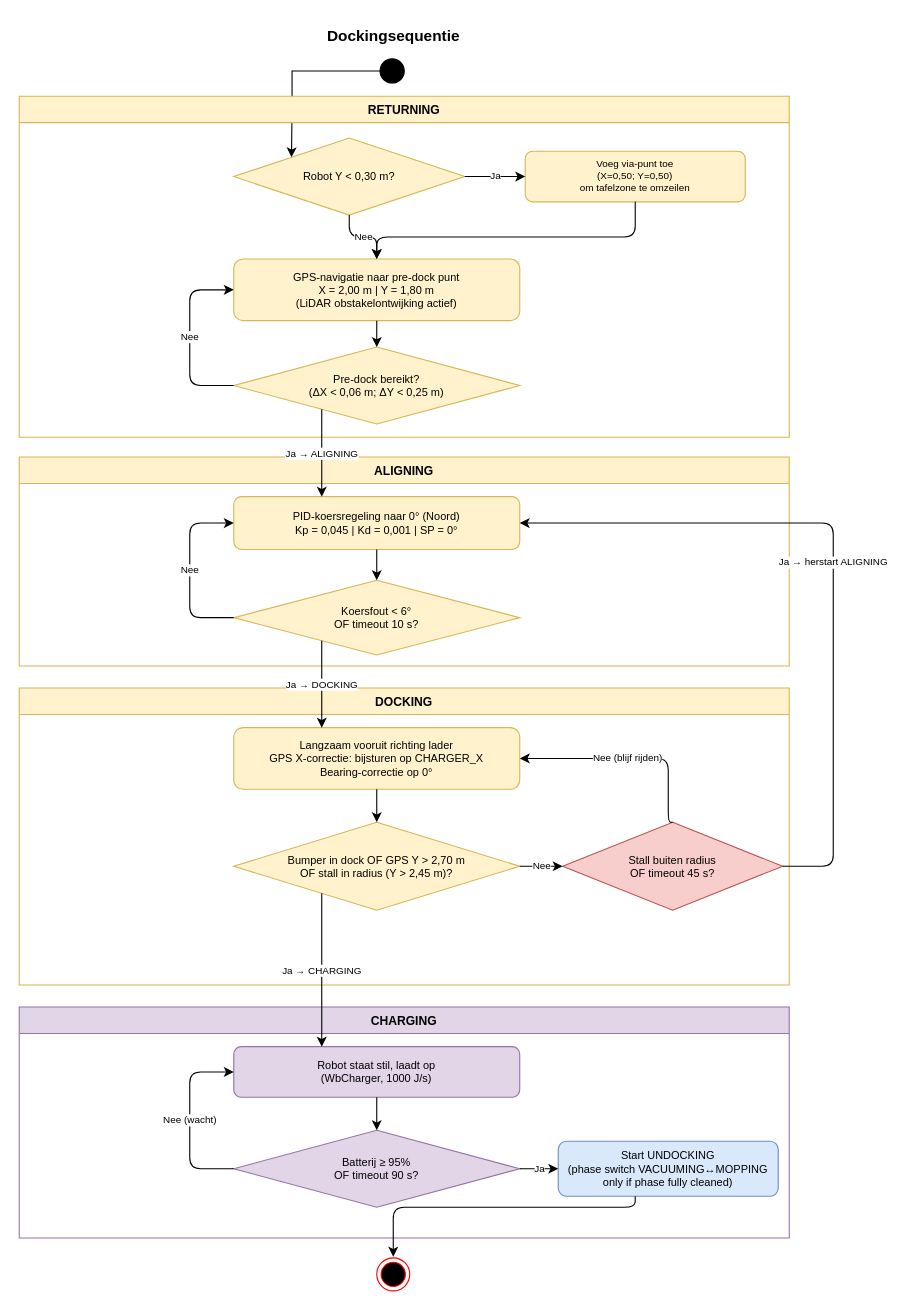
Before: docs/diagrams/draw.io/docking.drawio in DenGian/roomba-webots-digital-twin, a draw.io diagram. Source tidied: cells renumbered, new cells numbered last; positions are measured from the earlier drawing's top-left corner, leaving out a move shared by most shapes. Both pictures are drawn from the tidied source at 110%, with x=0, y=0 at pixel (19, 19).
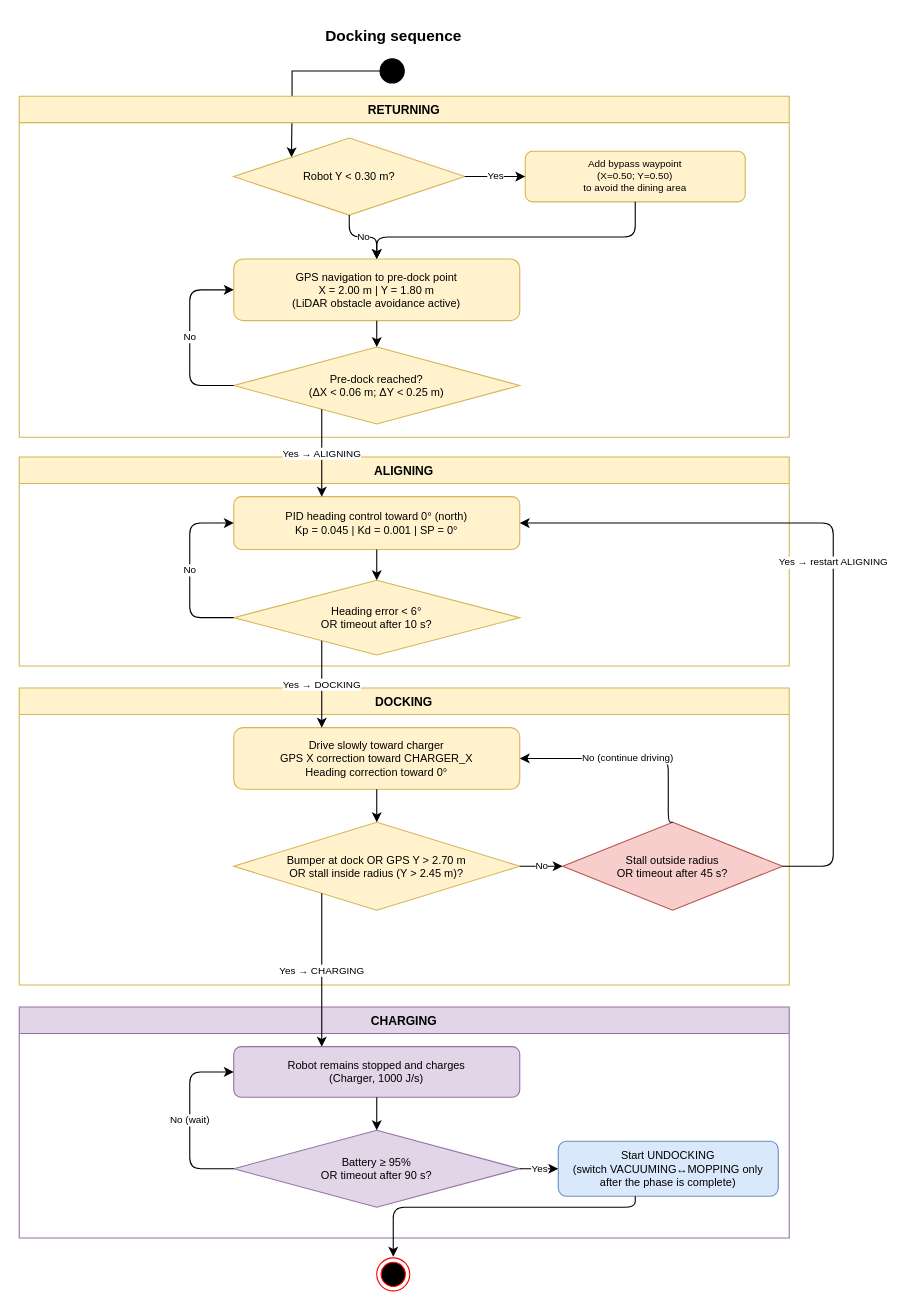
The same diagram, later.

Commit message:
docs(diagram): translate docking sequence source

Unchanged cells that the change refers to:
```xml
<mxCell id="5" value="RETURNING" style="swimlane;fillColor=#fff2cc;strokeColor=#d6b656;fontStyle=1;fontSize=11;startSize=24;" parent="1" vertex="1">
  <mxGeometry y="70" width="700" height="310" as="geometry" />
</mxCell>
<mxCell id="15" value="ALIGNING" style="swimlane;fillColor=#fff2cc;strokeColor=#d6b656;fontStyle=1;fontSize=11;startSize=24;" parent="1" vertex="1">
  <mxGeometry y="398" width="700" height="190" as="geometry" />
</mxCell>
<mxCell id="20" value="DOCKING" style="swimlane;fillColor=#fff2cc;strokeColor=#d6b656;fontStyle=1;fontSize=11;startSize=24;" parent="1" vertex="1">
  <mxGeometry y="608" width="700" height="270" as="geometry" />
</mxCell>
<mxCell id="27" value="CHARGING" style="swimlane;fillColor=#e1d5e7;strokeColor=#9673a6;fontStyle=1;fontSize=11;startSize=24;" parent="1" vertex="1">
  <mxGeometry y="898" width="700" height="210" as="geometry" />
</mxCell>
```

Diff of the diagram source:
```diff
@@
-    <mxCell id="2" value="Dockingsequentie" style="text;html=1;strokeColor=none;fillColor=none;align=center;fontSize=14;fontStyle=1;" parent="1" vertex="1">
+    <mxCell id="2" value="Docking sequence" style="text;html=1;strokeColor=none;fillColor=none;align=center;fontSize=14;fontStyle=1;" parent="1" vertex="1">
       <mxGeometry x="50" width="580" height="26" as="geometry" />
     </mxCell>
@@
-    <mxCell id="6" value="Robot Y &lt; 0,30 m?" style="rhombus;whiteSpace=wrap;html=1;fillColor=#fff2cc;strokeColor=#d6b656;fontSize=10;" parent="5" vertex="1">
+    <mxCell id="6" value="Robot Y &lt; 0.30 m?" style="rhombus;whiteSpace=wrap;html=1;fillColor=#fff2cc;strokeColor=#d6b656;fontSize=10;" parent="5" vertex="1">
       <mxGeometry x="195" y="38" width="210" height="70" as="geometry" />
     </mxCell>
-    <mxCell id="7" value="Voeg via-punt toe&#10;(X=0,50; Y=0,50)&#10;om tafelzone te omzeilen" style="rounded=1;whiteSpace=wrap;html=1;fillColor=#fff2cc;strokeColor=#d6b656;fontSize=9;" parent="5" vertex="1">
+    <mxCell id="7" value="Add bypass waypoint&#10;(X=0.50; Y=0.50)&#10;to avoid the dining area" style="rounded=1;whiteSpace=wrap;html=1;fillColor=#fff2cc;strokeColor=#d6b656;fontSize=9;" parent="5" vertex="1">
       <mxGeometry x="460" y="50" width="200" height="46" as="geometry" />
     </mxCell>
-    <mxCell id="8" value="GPS-navigatie naar pre-dock punt&#10;X = 2,00 m | Y = 1,80 m&#10;(LiDAR obstakelontwijking actief)" style="rounded=1;whiteSpace=wrap;html=1;fillColor=#fff2cc;strokeColor=#d6b656;fontSize=10;" parent="5" vertex="1">
+    <mxCell id="8" value="GPS navigation to pre-dock point&#10;X = 2.00 m | Y = 1.80 m&#10;(LiDAR obstacle avoidance active)" style="rounded=1;whiteSpace=wrap;html=1;fillColor=#fff2cc;strokeColor=#d6b656;fontSize=10;" parent="5" vertex="1">
       <mxGeometry x="195" y="148" width="260" height="56" as="geometry" />
     </mxCell>
-    <mxCell id="9" value="Pre-dock bereikt?&#10;(ΔX &lt; 0,06 m; ΔY &lt; 0,25 m)" style="rhombus;whiteSpace=wrap;html=1;fillColor=#fff2cc;strokeColor=#d6b656;fontSize=10;" parent="5" vertex="1">
+    <mxCell id="9" value="Pre-dock reached?&#10;(ΔX &lt; 0.06 m; ΔY &lt; 0.25 m)" style="rhombus;whiteSpace=wrap;html=1;fillColor=#fff2cc;strokeColor=#d6b656;fontSize=10;" parent="5" vertex="1">
       <mxGeometry x="195" y="228" width="260" height="70" as="geometry" />
     </mxCell>
-    <mxCell id="10" value="Ja" style="edgeStyle=orthogonalEdgeStyle;html=1;fontSize=9;" parent="5" edge="1" source="6" target="7">
+    <mxCell id="10" value="Yes" style="edgeStyle=orthogonalEdgeStyle;html=1;fontSize=9;" parent="5" edge="1" source="6" target="7">
       <mxGeometry relative="1" as="geometry" />
     </mxCell>
-    <mxCell id="11" value="Nee" style="edgeStyle=orthogonalEdgeStyle;html=1;fontSize=9;" parent="5" edge="1" source="6" target="8">
+    <mxCell id="11" value="No" style="edgeStyle=orthogonalEdgeStyle;html=1;fontSize=9;" parent="5" edge="1" source="6" target="8">
       <mxGeometry relative="1" as="geometry" />
     </mxCell>
@@
-    <mxCell id="14" value="Nee" style="edgeStyle=orthogonalEdgeStyle;html=1;fontSize=9;exitX=0;exitY=0.5;entryX=0;entryY=0.5;" parent="5" edge="1" source="9" target="8">
+    <mxCell id="14" value="No" style="edgeStyle=orthogonalEdgeStyle;html=1;fontSize=9;exitX=0;exitY=0.5;entryX=0;entryY=0.5;" parent="5" edge="1" source="9" target="8">
       <mxGeometry relative="1" as="geometry">
         <Array as="points">
           <mxPoint x="155" y="263" />
           <mxPoint x="155" y="176" />
         </Array>
       </mxGeometry>
     </mxCell>
@@
-    <mxCell id="16" value="PID-koersregeling naar 0° (Noord)&#10;Kp = 0,045 | Kd = 0,001 | SP = 0°" style="rounded=1;whiteSpace=wrap;html=1;fillColor=#fff2cc;strokeColor=#d6b656;fontSize=10;" parent="15" vertex="1">
+    <mxCell id="16" value="PID heading control toward 0° (north)&#10;Kp = 0.045 | Kd = 0.001 | SP = 0°" style="rounded=1;whiteSpace=wrap;html=1;fillColor=#fff2cc;strokeColor=#d6b656;fontSize=10;" parent="15" vertex="1">
       <mxGeometry x="195" y="36" width="260" height="48" as="geometry" />
     </mxCell>
-    <mxCell id="17" value="Koersfout &lt; 6°&#10;OF timeout 10 s?" style="rhombus;whiteSpace=wrap;html=1;fillColor=#fff2cc;strokeColor=#d6b656;fontSize=10;" parent="15" vertex="1">
+    <mxCell id="17" value="Heading error &lt; 6°&#10;OR timeout after 10 s?" style="rhombus;whiteSpace=wrap;html=1;fillColor=#fff2cc;strokeColor=#d6b656;fontSize=10;" parent="15" vertex="1">
       <mxGeometry x="195" y="112" width="260" height="68" as="geometry" />
     </mxCell>
@@
-    <mxCell id="19" value="Nee" style="edgeStyle=orthogonalEdgeStyle;html=1;fontSize=9;exitX=0;exitY=0.5;entryX=0;entryY=0.5;" parent="15" edge="1" source="17" target="16">
+    <mxCell id="19" value="No" style="edgeStyle=orthogonalEdgeStyle;html=1;fontSize=9;exitX=0;exitY=0.5;entryX=0;entryY=0.5;" parent="15" edge="1" source="17" target="16">
       <mxGeometry relative="1" as="geometry">
         <Array as="points">
           <mxPoint x="155" y="146" />
           <mxPoint x="155" y="60" />
         </Array>
       </mxGeometry>
     </mxCell>
@@
-    <mxCell id="21" value="Langzaam vooruit richting lader&#10;GPS X-correctie: bijsturen op CHARGER_X&#10;Bearing-correctie op 0°" style="rounded=1;whiteSpace=wrap;html=1;fillColor=#fff2cc;strokeColor=#d6b656;fontSize=10;" parent="20" vertex="1">
+    <mxCell id="21" value="Drive slowly toward charger&#10;GPS X correction toward CHARGER_X&#10;Heading correction toward 0°" style="rounded=1;whiteSpace=wrap;html=1;fillColor=#fff2cc;strokeColor=#d6b656;fontSize=10;" parent="20" vertex="1">
       <mxGeometry x="195" y="36" width="260" height="56" as="geometry" />
     </mxCell>
-    <mxCell id="22" value="Bumper in dock OF GPS Y &gt; 2,70 m&#10;OF stall in radius (Y &gt; 2,45 m)?" style="rhombus;whiteSpace=wrap;html=1;fillColor=#fff2cc;strokeColor=#d6b656;fontSize=10;" parent="20" vertex="1">
+    <mxCell id="22" value="Bumper at dock OR GPS Y &gt; 2.70 m&#10;OR stall inside radius (Y &gt; 2.45 m)?" style="rhombus;whiteSpace=wrap;html=1;fillColor=#fff2cc;strokeColor=#d6b656;fontSize=10;" parent="20" vertex="1">
       <mxGeometry x="195" y="122" width="260" height="80" as="geometry" />
     </mxCell>
-    <mxCell id="23" value="Stall buiten radius&#10;OF timeout 45 s?" style="rhombus;whiteSpace=wrap;html=1;fillColor=#f8cecc;strokeColor=#b85450;fontSize=10;" parent="20" vertex="1">
+    <mxCell id="23" value="Stall outside radius&#10;OR timeout after 45 s?" style="rhombus;whiteSpace=wrap;html=1;fillColor=#f8cecc;strokeColor=#b85450;fontSize=10;" parent="20" vertex="1">
       <mxGeometry x="494" y="122" width="200" height="80" as="geometry" />
     </mxCell>
@@
-    <mxCell id="25" value="Nee" style="edgeStyle=orthogonalEdgeStyle;html=1;fontSize=9;exitX=1;exitY=0.5;entryX=0;entryY=0.5;" parent="20" edge="1" source="22" target="23">
+    <mxCell id="25" value="No" style="edgeStyle=orthogonalEdgeStyle;html=1;fontSize=9;exitX=1;exitY=0.5;entryX=0;entryY=0.5;" parent="20" edge="1" source="22" target="23">
       <mxGeometry relative="1" as="geometry" />
     </mxCell>
-    <mxCell id="26" value="Nee (blijf rijden)" style="edgeStyle=orthogonalEdgeStyle;html=1;fontSize=9;exitX=0.5;exitY=0;entryX=1;entryY=0.5;entryDx=0;entryDy=0;" parent="20" edge="1" source="23" target="21">
+    <mxCell id="26" value="No (continue driving)" style="edgeStyle=orthogonalEdgeStyle;html=1;fontSize=9;exitX=0.5;exitY=0;entryX=1;entryY=0.5;entryDx=0;entryDy=0;" parent="20" edge="1" source="23" target="21">
       <mxGeometry relative="1" as="geometry">
         <Array as="points">
           <mxPoint x="590" y="64" />
         </Array>
       </mxGeometry>
     </mxCell>
@@
-    <mxCell id="28" value="Robot staat stil, laadt op&#10;(WbCharger, 1000 J/s)" style="rounded=1;whiteSpace=wrap;html=1;fillColor=#e1d5e7;strokeColor=#9673a6;fontSize=10;" parent="27" vertex="1">
+    <mxCell id="28" value="Robot remains stopped and charges&#10;(Charger, 1000 J/s)" style="rounded=1;whiteSpace=wrap;html=1;fillColor=#e1d5e7;strokeColor=#9673a6;fontSize=10;" parent="27" vertex="1">
       <mxGeometry x="195" y="36" width="260" height="46" as="geometry" />
     </mxCell>
-    <mxCell id="29" value="Batterij ≥ 95%&#10;OF timeout 90 s?" style="rhombus;whiteSpace=wrap;html=1;fillColor=#e1d5e7;strokeColor=#9673a6;fontSize=10;" parent="27" vertex="1">
+    <mxCell id="29" value="Battery ≥ 95%&#10;OR timeout after 90 s?" style="rhombus;whiteSpace=wrap;html=1;fillColor=#e1d5e7;strokeColor=#9673a6;fontSize=10;" parent="27" vertex="1">
       <mxGeometry x="195" y="112" width="260" height="70" as="geometry" />
     </mxCell>
-    <mxCell id="30" value="Start UNDOCKING&#10;(phase switch VACUUMING↔MOPPING&#10;only if phase fully cleaned)" style="rounded=1;whiteSpace=wrap;html=1;fillColor=#dae8fc;strokeColor=#6c8ebf;fontSize=10;" parent="27" vertex="1">
+    <mxCell id="30" value="Start UNDOCKING&#10;(switch VACUUMING↔MOPPING only&#10;after the phase is complete)" style="rounded=1;whiteSpace=wrap;html=1;fillColor=#dae8fc;strokeColor=#6c8ebf;fontSize=10;" parent="27" vertex="1">
       <mxGeometry x="490" y="122" width="200" height="50" as="geometry" />
     </mxCell>
@@
-    <mxCell id="32" value="Nee (wacht)" style="edgeStyle=orthogonalEdgeStyle;html=1;fontSize=9;exitX=0;exitY=0.5;entryX=0;entryY=0.5;" parent="27" edge="1" source="29" target="28">
+    <mxCell id="32" value="No (wait)" style="edgeStyle=orthogonalEdgeStyle;html=1;fontSize=9;exitX=0;exitY=0.5;entryX=0;entryY=0.5;" parent="27" edge="1" source="29" target="28">
       <mxGeometry relative="1" as="geometry">
         <Array as="points">
           <mxPoint x="155" y="147" />
           <mxPoint x="155" y="59" />
         </Array>
       </mxGeometry>
     </mxCell>
-    <mxCell id="33" value="Ja" style="edgeStyle=orthogonalEdgeStyle;html=1;fontSize=9;" parent="27" edge="1" source="29" target="30">
+    <mxCell id="33" value="Yes" style="edgeStyle=orthogonalEdgeStyle;html=1;fontSize=9;" parent="27" edge="1" source="29" target="30">
       <mxGeometry relative="1" as="geometry" />
     </mxCell>
-    <mxCell id="34" value="Ja → ALIGNING" style="edgeStyle=orthogonalEdgeStyle;html=1;fontSize=9;" parent="1" edge="1" source="9" target="16">
+    <mxCell id="34" value="Yes → ALIGNING" style="edgeStyle=orthogonalEdgeStyle;html=1;fontSize=9;" parent="1" edge="1" source="9" target="16">
       <mxGeometry relative="1" as="geometry">
         <Array as="points">
           <mxPoint x="275" y="388" />
           <mxPoint x="275" y="434" />
         </Array>
       </mxGeometry>
     </mxCell>
-    <mxCell id="35" value="Ja → DOCKING" style="edgeStyle=orthogonalEdgeStyle;html=1;fontSize=9;" parent="1" edge="1" source="17" target="21">
+    <mxCell id="35" value="Yes → DOCKING" style="edgeStyle=orthogonalEdgeStyle;html=1;fontSize=9;" parent="1" edge="1" source="17" target="21">
       <mxGeometry relative="1" as="geometry">
         <Array as="points">
           <mxPoint x="275" y="595" />
           <mxPoint x="275" y="644" />
         </Array>
       </mxGeometry>
     </mxCell>
-    <mxCell id="36" value="Ja → CHARGING" style="edgeStyle=orthogonalEdgeStyle;html=1;fontSize=9;" parent="1" edge="1" source="22" target="28">
+    <mxCell id="36" value="Yes → CHARGING" style="edgeStyle=orthogonalEdgeStyle;html=1;fontSize=9;" parent="1" edge="1" source="22" target="28">
       <mxGeometry relative="1" as="geometry">
         <Array as="points">
           <mxPoint x="275" y="885" />
           <mxPoint x="275" y="934" />
         </Array>
       </mxGeometry>
     </mxCell>
-    <mxCell id="37" value="Ja → herstart ALIGNING" style="edgeStyle=orthogonalEdgeStyle;html=1;fontSize=9;exitX=1;exitY=0.5;entryX=1;entryY=0.5;" parent="1" edge="1" source="23" target="16">
+    <mxCell id="37" value="Yes → restart ALIGNING" style="edgeStyle=orthogonalEdgeStyle;html=1;fontSize=9;exitX=1;exitY=0.5;entryX=1;entryY=0.5;" parent="1" edge="1" source="23" target="16">
       <mxGeometry relative="1" as="geometry">
         <Array as="points">
           <mxPoint x="740" y="770" />
           <mxPoint x="740" y="458" />
         </Array>
       </mxGeometry>
     </mxCell>
```
